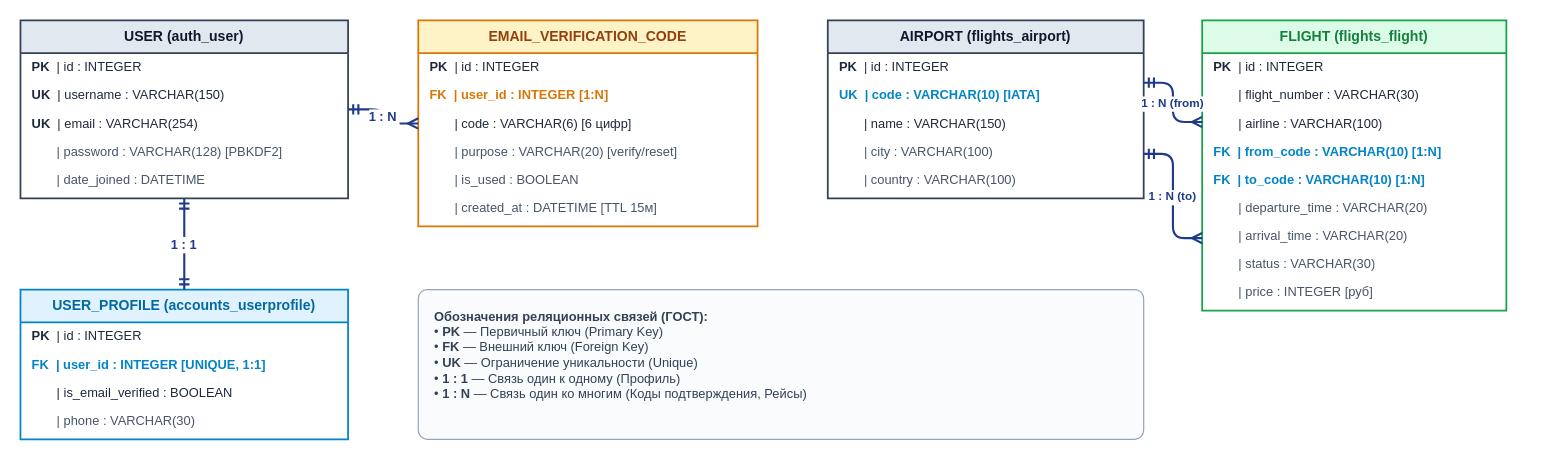
The draw.io diagram docs/er_diagram.drawio in Shonni123/RPI_Kurs, before the edit. Source tidied: cells renumbered, new cells numbered last; positions are measured from the earlier drawing's top-left corner, leaving out a move shared by most shapes. Both pictures are drawn from the tidied source at 117%, with x=0, y=0 at pixel (20, 20).
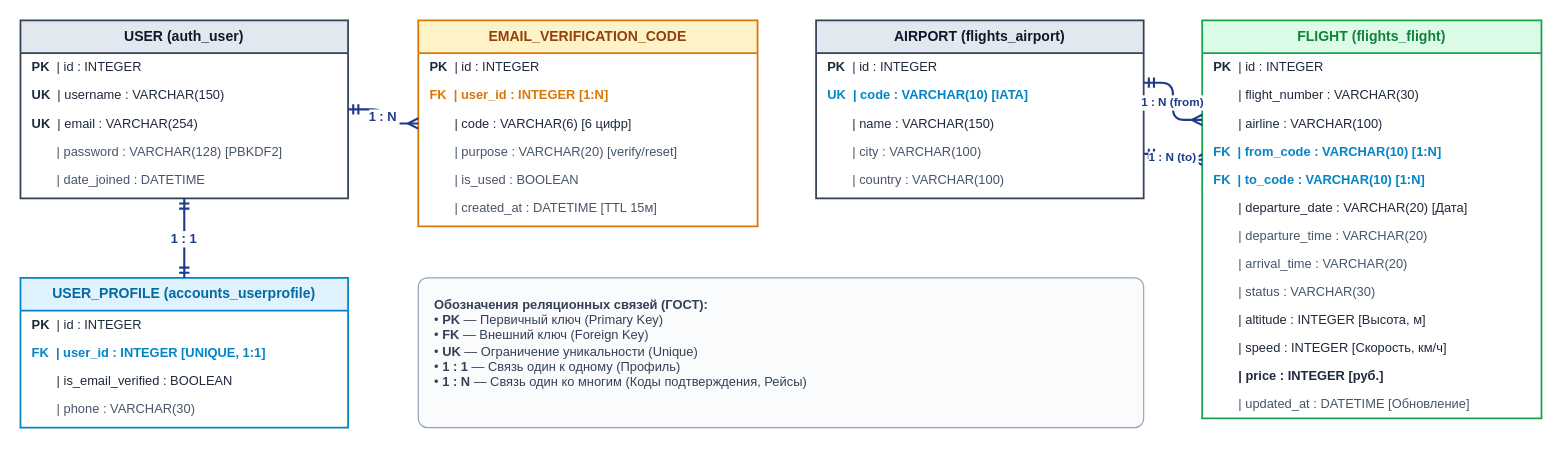
The same page after the edit.

Commit message (it also covers changes not shown here):
docs: add departure_date, altitude, speed, updated_at to FLIGHT entity in ER diagram

Change to the diagram source:
```diff
@@
     <mxCell id="8" value="&lt;b&gt;USER_PROFILE (accounts_userprofile)&lt;/b&gt;" style="swimlane;fontStyle=1;align=center;verticalAlign=top;horizontal=1;startSize=28;whiteSpace=wrap;html=1;fillColor=#E0F2FE;strokeColor=#0284C7;strokeWidth=1.5;fontColor=#0369A1;fontSize=12;" parent="1" vertex="1">
-      <mxGeometry y="230" width="280" height="128" as="geometry" />
+      <mxGeometry y="220" width="280" height="128" as="geometry" />
     </mxCell>
@@
     <mxCell id="20" value="&lt;b&gt;AIRPORT (flights_airport)&lt;/b&gt;" style="swimlane;fontStyle=1;align=center;verticalAlign=top;horizontal=1;startSize=28;whiteSpace=wrap;html=1;fillColor=#E2E8F0;strokeColor=#334155;strokeWidth=1.5;fontColor=#0F172A;fontSize=12;" parent="1" vertex="1">
-      <mxGeometry x="690" width="270" height="152" as="geometry" />
+      <mxGeometry x="680" width="280" height="152" as="geometry" />
     </mxCell>
     <mxCell id="21" value="&lt;b&gt;PK&lt;/b&gt; &amp;nbsp;| id : INTEGER" style="text;strokeColor=none;fillColor=none;align=left;verticalAlign=middle;spacingLeft=8;spacingRight=8;overflow=hidden;whiteSpace=wrap;html=1;fontSize=11;fontColor=#1E293B;" parent="20" vertex="1">
-      <mxGeometry y="28" width="270" height="24" as="geometry" />
+      <mxGeometry y="28" width="280" height="24" as="geometry" />
     </mxCell>
     <mxCell id="22" value="&lt;b&gt;UK&lt;/b&gt; &amp;nbsp;| code : VARCHAR(10) [IATA]" style="text;strokeColor=none;fillColor=none;align=left;verticalAlign=middle;spacingLeft=8;spacingRight=8;overflow=hidden;whiteSpace=wrap;html=1;fontSize=11;fontColor=#0284C7;fontStyle=1;" parent="20" vertex="1">
-      <mxGeometry y="52" width="270" height="24" as="geometry" />
+      <mxGeometry y="52" width="280" height="24" as="geometry" />
     </mxCell>
     <mxCell id="23" value="&amp;nbsp;&amp;nbsp;&amp;nbsp;&amp;nbsp;&amp;nbsp;&amp;nbsp;&amp;nbsp;| name : VARCHAR(150)" style="text;strokeColor=none;fillColor=none;align=left;verticalAlign=middle;spacingLeft=8;spacingRight=8;overflow=hidden;whiteSpace=wrap;html=1;fontSize=11;fontColor=#1E293B;" parent="20" vertex="1">
-      <mxGeometry y="76" width="270" height="24" as="geometry" />
+      <mxGeometry y="76" width="280" height="24" as="geometry" />
     </mxCell>
     <mxCell id="24" value="&amp;nbsp;&amp;nbsp;&amp;nbsp;&amp;nbsp;&amp;nbsp;&amp;nbsp;&amp;nbsp;| city : VARCHAR(100)" style="text;strokeColor=none;fillColor=none;align=left;verticalAlign=middle;spacingLeft=8;spacingRight=8;overflow=hidden;whiteSpace=wrap;html=1;fontSize=11;fontColor=#475569;" parent="20" vertex="1">
-      <mxGeometry y="100" width="270" height="24" as="geometry" />
+      <mxGeometry y="100" width="280" height="24" as="geometry" />
     </mxCell>
     <mxCell id="25" value="&amp;nbsp;&amp;nbsp;&amp;nbsp;&amp;nbsp;&amp;nbsp;&amp;nbsp;&amp;nbsp;| country : VARCHAR(100)" style="text;strokeColor=none;fillColor=none;align=left;verticalAlign=middle;spacingLeft=8;spacingRight=8;overflow=hidden;whiteSpace=wrap;html=1;fontSize=11;fontColor=#475569;" parent="20" vertex="1">
-      <mxGeometry y="124" width="270" height="24" as="geometry" />
+      <mxGeometry y="124" width="280" height="24" as="geometry" />
     </mxCell>
     <mxCell id="26" value="&lt;b&gt;FLIGHT (flights_flight)&lt;/b&gt;" style="swimlane;fontStyle=1;align=center;verticalAlign=top;horizontal=1;startSize=28;whiteSpace=wrap;html=1;fillColor=#DCFCE7;strokeColor=#16A34A;strokeWidth=1.5;fontColor=#15803D;fontSize=12;" parent="1" vertex="1">
-      <mxGeometry x="1010" width="260" height="248" as="geometry" />
+      <mxGeometry x="1010" width="290" height="340" as="geometry" />
     </mxCell>
     <mxCell id="27" value="&lt;b&gt;PK&lt;/b&gt; &amp;nbsp;| id : INTEGER" style="text;strokeColor=none;fillColor=none;align=left;verticalAlign=middle;spacingLeft=8;spacingRight=8;overflow=hidden;whiteSpace=wrap;html=1;fontSize=11;fontColor=#1E293B;" parent="26" vertex="1">
-      <mxGeometry y="28" width="260" height="24" as="geometry" />
+      <mxGeometry y="28" width="290" height="24" as="geometry" />
     </mxCell>
     <mxCell id="28" value="&amp;nbsp;&amp;nbsp;&amp;nbsp;&amp;nbsp;&amp;nbsp;&amp;nbsp;&amp;nbsp;| flight_number : VARCHAR(30)" style="text;strokeColor=none;fillColor=none;align=left;verticalAlign=middle;spacingLeft=8;spacingRight=8;overflow=hidden;whiteSpace=wrap;html=1;fontSize=11;fontColor=#1E293B;" parent="26" vertex="1">
-      <mxGeometry y="52" width="260" height="24" as="geometry" />
+      <mxGeometry y="52" width="290" height="24" as="geometry" />
     </mxCell>
     <mxCell id="29" value="&amp;nbsp;&amp;nbsp;&amp;nbsp;&amp;nbsp;&amp;nbsp;&amp;nbsp;&amp;nbsp;| airline : VARCHAR(100)" style="text;strokeColor=none;fillColor=none;align=left;verticalAlign=middle;spacingLeft=8;spacingRight=8;overflow=hidden;whiteSpace=wrap;html=1;fontSize=11;fontColor=#1E293B;" parent="26" vertex="1">
-      <mxGeometry y="76" width="260" height="24" as="geometry" />
+      <mxGeometry y="76" width="290" height="24" as="geometry" />
     </mxCell>
     <mxCell id="30" value="&lt;b&gt;FK&lt;/b&gt; &amp;nbsp;| from_code : VARCHAR(10) [1:N]" style="text;strokeColor=none;fillColor=none;align=left;verticalAlign=middle;spacingLeft=8;spacingRight=8;overflow=hidden;whiteSpace=wrap;html=1;fontSize=11;fontColor=#0284C7;fontStyle=1;" parent="26" vertex="1">
-      <mxGeometry y="100" width="260" height="24" as="geometry" />
+      <mxGeometry y="100" width="290" height="24" as="geometry" />
     </mxCell>
     <mxCell id="31" value="&lt;b&gt;FK&lt;/b&gt; &amp;nbsp;| to_code : VARCHAR(10) [1:N]" style="text;strokeColor=none;fillColor=none;align=left;verticalAlign=middle;spacingLeft=8;spacingRight=8;overflow=hidden;whiteSpace=wrap;html=1;fontSize=11;fontColor=#0284C7;fontStyle=1;" parent="26" vertex="1">
-      <mxGeometry y="124" width="260" height="24" as="geometry" />
+      <mxGeometry y="124" width="290" height="24" as="geometry" />
     </mxCell>
-    <mxCell id="32" value="&amp;nbsp;&amp;nbsp;&amp;nbsp;&amp;nbsp;&amp;nbsp;&amp;nbsp;&amp;nbsp;| departure_time : VARCHAR(20)" style="text;strokeColor=none;fillColor=none;align=left;verticalAlign=middle;spacingLeft=8;spacingRight=8;overflow=hidden;whiteSpace=wrap;html=1;fontSize=11;fontColor=#475569;" parent="26" vertex="1">
-      <mxGeometry y="148" width="260" height="24" as="geometry" />
+    <mxCell id="32" value="&amp;nbsp;&amp;nbsp;&amp;nbsp;&amp;nbsp;&amp;nbsp;&amp;nbsp;&amp;nbsp;| departure_date : VARCHAR(20) [Дата]" style="text;strokeColor=none;fillColor=none;align=left;verticalAlign=middle;spacingLeft=8;spacingRight=8;overflow=hidden;whiteSpace=wrap;html=1;fontSize=11;fontColor=#1E293B;" parent="26" vertex="1">
+      <mxGeometry y="148" width="290" height="24" as="geometry" />
     </mxCell>
-    <mxCell id="33" value="&amp;nbsp;&amp;nbsp;&amp;nbsp;&amp;nbsp;&amp;nbsp;&amp;nbsp;&amp;nbsp;| arrival_time : VARCHAR(20)" style="text;strokeColor=none;fillColor=none;align=left;verticalAlign=middle;spacingLeft=8;spacingRight=8;overflow=hidden;whiteSpace=wrap;html=1;fontSize=11;fontColor=#475569;" parent="26" vertex="1">
-      <mxGeometry y="172" width="260" height="24" as="geometry" />
+    <mxCell id="33" value="&amp;nbsp;&amp;nbsp;&amp;nbsp;&amp;nbsp;&amp;nbsp;&amp;nbsp;&amp;nbsp;| departure_time : VARCHAR(20)" style="text;strokeColor=none;fillColor=none;align=left;verticalAlign=middle;spacingLeft=8;spacingRight=8;overflow=hidden;whiteSpace=wrap;html=1;fontSize=11;fontColor=#475569;" parent="26" vertex="1">
+      <mxGeometry y="172" width="290" height="24" as="geometry" />
     </mxCell>
-    <mxCell id="34" value="&amp;nbsp;&amp;nbsp;&amp;nbsp;&amp;nbsp;&amp;nbsp;&amp;nbsp;&amp;nbsp;| status : VARCHAR(30)" style="text;strokeColor=none;fillColor=none;align=left;verticalAlign=middle;spacingLeft=8;spacingRight=8;overflow=hidden;whiteSpace=wrap;html=1;fontSize=11;fontColor=#475569;" parent="26" vertex="1">
-      <mxGeometry y="196" width="260" height="24" as="geometry" />
+    <mxCell id="34" value="&amp;nbsp;&amp;nbsp;&amp;nbsp;&amp;nbsp;&amp;nbsp;&amp;nbsp;&amp;nbsp;| arrival_time : VARCHAR(20)" style="text;strokeColor=none;fillColor=none;align=left;verticalAlign=middle;spacingLeft=8;spacingRight=8;overflow=hidden;whiteSpace=wrap;html=1;fontSize=11;fontColor=#475569;" parent="26" vertex="1">
+      <mxGeometry y="196" width="290" height="24" as="geometry" />
     </mxCell>
-    <mxCell id="35" value="&amp;nbsp;&amp;nbsp;&amp;nbsp;&amp;nbsp;&amp;nbsp;&amp;nbsp;&amp;nbsp;| price : INTEGER [руб]" style="text;strokeColor=none;fillColor=none;align=left;verticalAlign=middle;spacingLeft=8;spacingRight=8;overflow=hidden;whiteSpace=wrap;html=1;fontSize=11;fontColor=#475569;" parent="26" vertex="1">
-      <mxGeometry y="220" width="260" height="24" as="geometry" />
+    <mxCell id="35" value="&amp;nbsp;&amp;nbsp;&amp;nbsp;&amp;nbsp;&amp;nbsp;&amp;nbsp;&amp;nbsp;| status : VARCHAR(30)" style="text;strokeColor=none;fillColor=none;align=left;verticalAlign=middle;spacingLeft=8;spacingRight=8;overflow=hidden;whiteSpace=wrap;html=1;fontSize=11;fontColor=#475569;" parent="26" vertex="1">
+      <mxGeometry y="220" width="290" height="24" as="geometry" />
     </mxCell>
+    <mxCell id="41" value="&amp;nbsp;&amp;nbsp;&amp;nbsp;&amp;nbsp;&amp;nbsp;&amp;nbsp;&amp;nbsp;| altitude : INTEGER [Высота, м]" style="text;strokeColor=none;fillColor=none;align=left;verticalAlign=middle;spacingLeft=8;spacingRight=8;overflow=hidden;whiteSpace=wrap;html=1;fontSize=11;fontColor=#1E293B;" parent="26" vertex="1">
+      <mxGeometry y="244" width="290" height="24" as="geometry" />
+    </mxCell>
+    <mxCell id="42" value="&amp;nbsp;&amp;nbsp;&amp;nbsp;&amp;nbsp;&amp;nbsp;&amp;nbsp;&amp;nbsp;| speed : INTEGER [Скорость, км/ч]" style="text;strokeColor=none;fillColor=none;align=left;verticalAlign=middle;spacingLeft=8;spacingRight=8;overflow=hidden;whiteSpace=wrap;html=1;fontSize=11;fontColor=#1E293B;" parent="26" vertex="1">
+      <mxGeometry y="268" width="290" height="24" as="geometry" />
+    </mxCell>
+    <mxCell id="43" value="&amp;nbsp;&amp;nbsp;&amp;nbsp;&amp;nbsp;&amp;nbsp;&amp;nbsp;&amp;nbsp;| price : INTEGER [руб.]" style="text;strokeColor=none;fillColor=none;align=left;verticalAlign=middle;spacingLeft=8;spacingRight=8;overflow=hidden;whiteSpace=wrap;html=1;fontSize=11;fontColor=#1E293B;fontStyle=1;" parent="26" vertex="1">
+      <mxGeometry y="292" width="290" height="24" as="geometry" />
+    </mxCell>
+    <mxCell id="44" value="&amp;nbsp;&amp;nbsp;&amp;nbsp;&amp;nbsp;&amp;nbsp;&amp;nbsp;&amp;nbsp;| updated_at : DATETIME [Обновление]" style="text;strokeColor=none;fillColor=none;align=left;verticalAlign=middle;spacingLeft=8;spacingRight=8;overflow=hidden;whiteSpace=wrap;html=1;fontSize=11;fontColor=#475569;" parent="26" vertex="1">
+      <mxGeometry y="316" width="290" height="24" as="geometry" />
+    </mxCell>
@@
-    <mxCell id="38" value="1 : N (from)" style="edgeStyle=orthogonalEdgeStyle;fontSize=10;fontColor=#1E3A8A;fontStyle=1;strokeColor=#1E3A8A;strokeWidth=1.8;startArrow=ERmandOne;startFill=0;endArrow=ERmany;endFill=0;exitX=1;exitY=0.35;entryX=0;entryY=0.35;" parent="1" edge="1" source="20" target="26">
+    <mxCell id="38" value="1 : N (from)" style="edgeStyle=orthogonalEdgeStyle;fontSize=10;fontColor=#1E3A8A;fontStyle=1;strokeColor=#1E3A8A;strokeWidth=1.8;startArrow=ERmandOne;startFill=0;endArrow=ERmany;endFill=0;exitX=1;exitY=0.35;entryX=0;entryY=0.25;" parent="1" edge="1" source="20" target="26">
       <mxGeometry relative="1" as="geometry" />
     </mxCell>
-    <mxCell id="39" value="1 : N (to)" style="edgeStyle=orthogonalEdgeStyle;fontSize=10;fontColor=#1E3A8A;fontStyle=1;strokeColor=#1E3A8A;strokeWidth=1.8;startArrow=ERmandOne;startFill=0;endArrow=ERmany;endFill=0;exitX=1;exitY=0.75;entryX=0;entryY=0.75;" parent="1" edge="1" source="20" target="26">
+    <mxCell id="39" value="1 : N (to)" style="edgeStyle=orthogonalEdgeStyle;fontSize=10;fontColor=#1E3A8A;fontStyle=1;strokeColor=#1E3A8A;strokeWidth=1.8;startArrow=ERmandOne;startFill=0;endArrow=ERmany;endFill=0;exitX=1;exitY=0.75;entryX=0;entryY=0.35;" parent="1" edge="1" source="20" target="26">
       <mxGeometry relative="1" as="geometry" />
     </mxCell>
     <mxCell id="40" value="&lt;b&gt;Обозначения реляционных связей (ГОСТ):&lt;/b&gt;&lt;br&gt;• &lt;b&gt;PK&lt;/b&gt; — Первичный ключ (Primary Key)&lt;br&gt;• &lt;b&gt;FK&lt;/b&gt; — Внешний ключ (Foreign Key)&lt;br&gt;• &lt;b&gt;UK&lt;/b&gt; — Ограничение уникальности (Unique)&lt;br&gt;• &lt;b&gt;1 : 1&lt;/b&gt; — Связь один к одному (Профиль)&lt;br&gt;• &lt;b&gt;1 : N&lt;/b&gt; — Связь один ко многим (Коды подтверждения, Рейсы)" style="rounded=1;whiteSpace=wrap;html=1;arcSize=6;fillColor=#FAFBFD;strokeColor=#94A3B8;strokeWidth=1;align=left;verticalAlign=top;spacingLeft=12;spacingTop=10;fontSize=11;fontColor=#334155;" parent="1" vertex="1">
-      <mxGeometry x="340" y="230" width="620" height="128" as="geometry" />
+      <mxGeometry x="340" y="220" width="620" height="128" as="geometry" />
     </mxCell>
```
